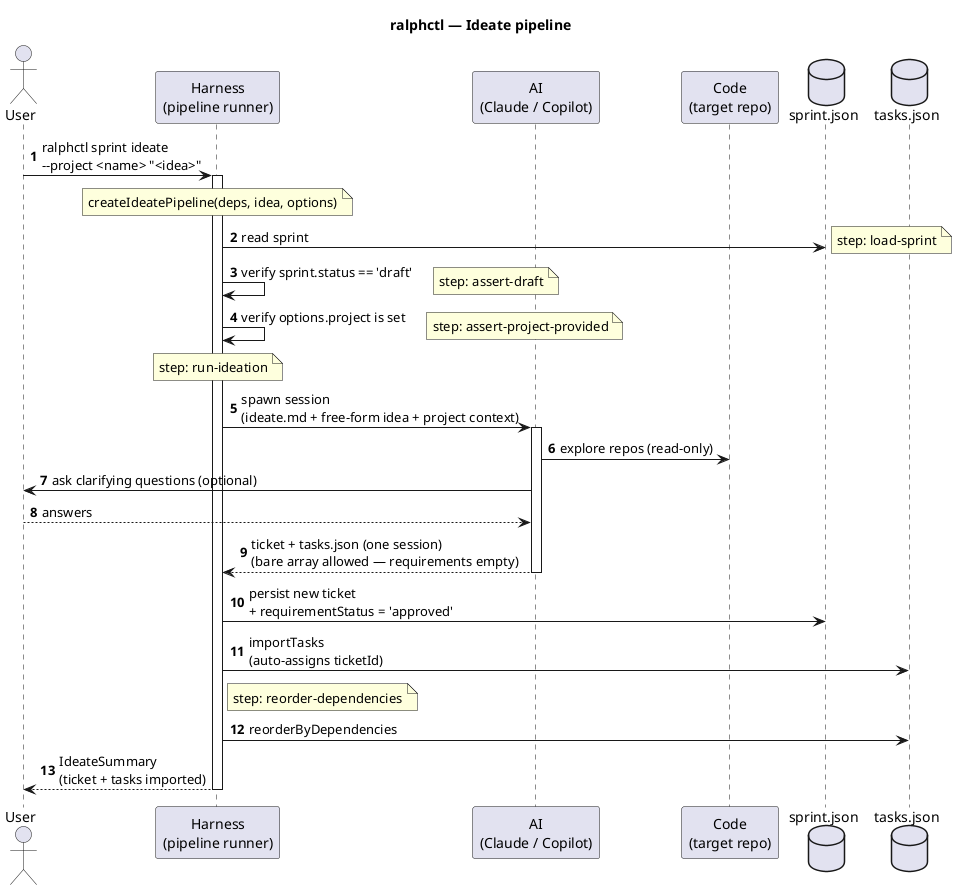
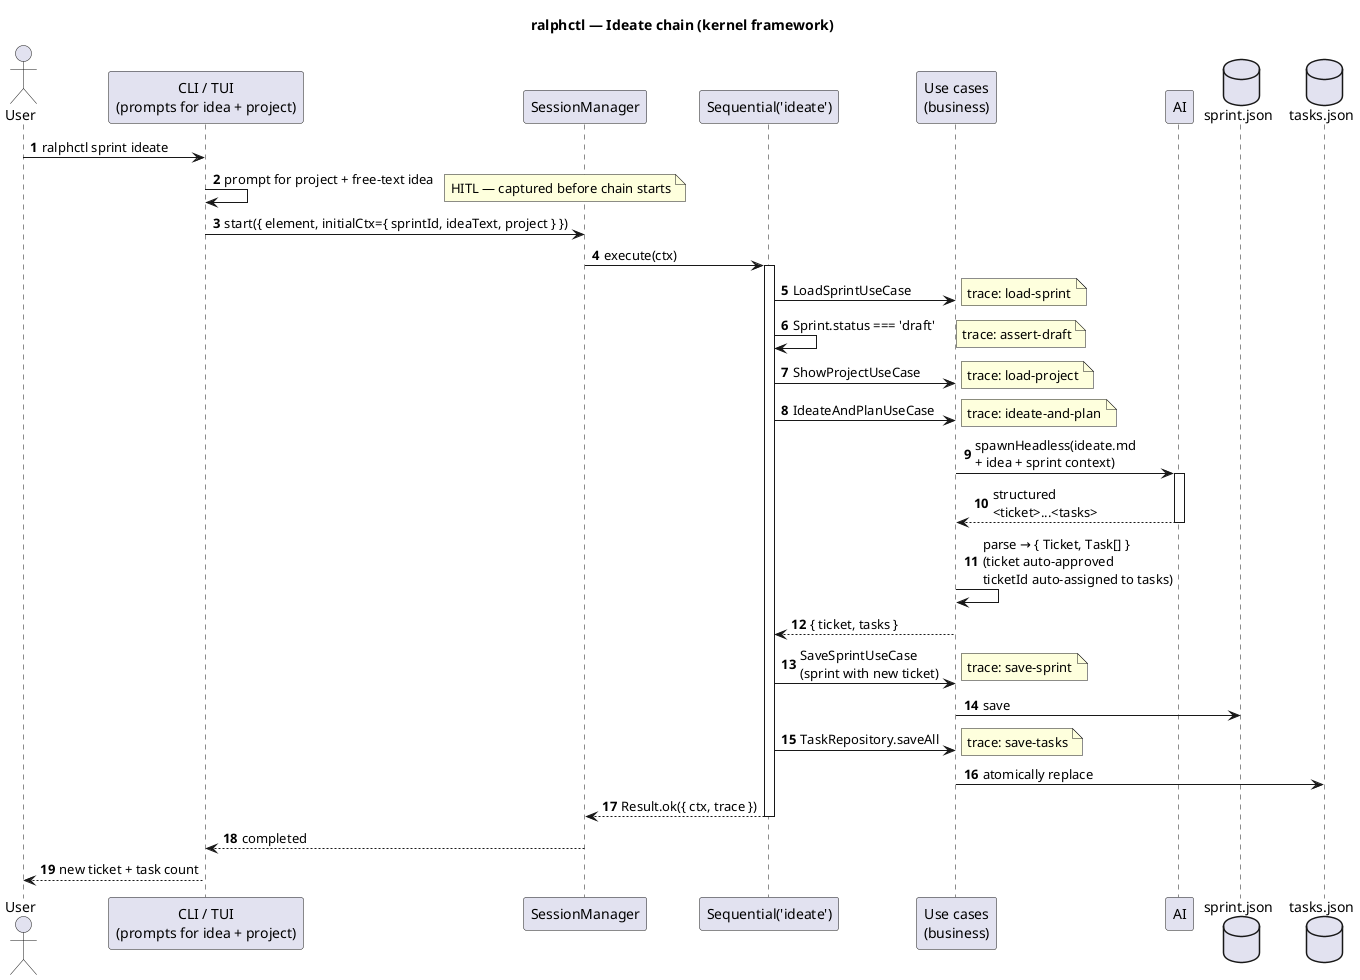
@startuml
- ' Ideate pipeline — ralphctl sprint ideate
- ' Definition: src/business/pipelines/ideate.ts
- ' Step shape: load-sprint → assert-draft → assert-project-provided → run-ideation → reorder-dependencies
- ' Combines refine + plan for quick ideation flow.
- title ralphctl — Ideate pipeline
+ ' Ideate chain — ralphctl sprint ideate
+ ' Factory: src/application/chains/ideate/ideate-flow.ts
+ ' Step trace: load-sprint → assert-draft → load-project → ideate-and-plan → save-sprint → save-tasks
+ title ralphctl — Ideate chain (kernel framework)

autonumber

actor User
- participant Harness as "Harness\n(pipeline runner)"
- participant AI as "AI\n(Claude / Copilot)"
- participant Code as "Code\n(target repo)"
+ participant CLI as "CLI / TUI\n(prompts for idea + project)"
+ participant SM as "SessionManager"
+ participant Chain as "Sequential('ideate')"
+ participant UC as "Use cases\n(business)"
+ participant AI as "AI"
database sprint.json
database tasks.json

- User -> Harness : ralphctl sprint ideate\n--project <name> "<idea>"
- activate Harness
+ User -> CLI : ralphctl sprint ideate
+ CLI -> CLI : prompt for project + free-text idea
+ note right: HITL — captured before chain starts
+ CLI -> SM : start({ element, initialCtx={ sprintId, ideaText, project } })

- note over Harness: createIdeatePipeline(deps, idea, options)
+ SM -> Chain : execute(ctx)
+ activate Chain

- Harness -> sprint.json : read sprint
- note right: step: load-sprint
+ Chain -> UC : LoadSprintUseCase
+ note right: trace: load-sprint

- Harness -> Harness : verify sprint.status == 'draft'
- note right: step: assert-draft
+ Chain -> Chain : Sprint.status === 'draft'
+ note right: trace: assert-draft

- Harness -> Harness : verify options.project is set
- note right: step: assert-project-provided
+ Chain -> UC : ShowProjectUseCase
+ note right: trace: load-project

- note over Harness: step: run-ideation
- Harness -> AI : spawn session\n(ideate.md + free-form idea + project context)
+ Chain -> UC : IdeateAndPlanUseCase
+ note right: trace: ideate-and-plan
+ UC -> AI : spawnHeadless(ideate.md\n+ idea + sprint context)
activate AI
- AI -> Code : explore repos (read-only)
- AI -> User : ask clarifying questions (optional)
- User --> AI : answers
- AI --> Harness : ticket + tasks.json (one session)\n(bare array allowed — requirements empty)
+ AI --> UC : structured\n<ticket>...<tasks>
deactivate AI
+ UC -> UC : parse → { Ticket, Task[] }\n(ticket auto-approved\nticketId auto-assigned to tasks)
+ UC --> Chain : { ticket, tasks }

- Harness -> sprint.json : persist new ticket\n+ requirementStatus = 'approved'
- Harness -> tasks.json : importTasks\n(auto-assigns ticketId)
+ Chain -> UC : SaveSprintUseCase\n(sprint with new ticket)
+ note right: trace: save-sprint
+ UC -> sprint.json : save

- note right of Harness: step: reorder-dependencies
- Harness -> tasks.json : reorderByDependencies
+ Chain -> UC : TaskRepository.saveAll
+ note right: trace: save-tasks
+ UC -> tasks.json : atomically replace

- Harness --> User : IdeateSummary\n(ticket + tasks imported)
- deactivate Harness
+ Chain --> SM : Result.ok({ ctx, trace })
+ deactivate Chain
+ SM --> CLI : completed
+ CLI --> User : new ticket + task count

@enduml
